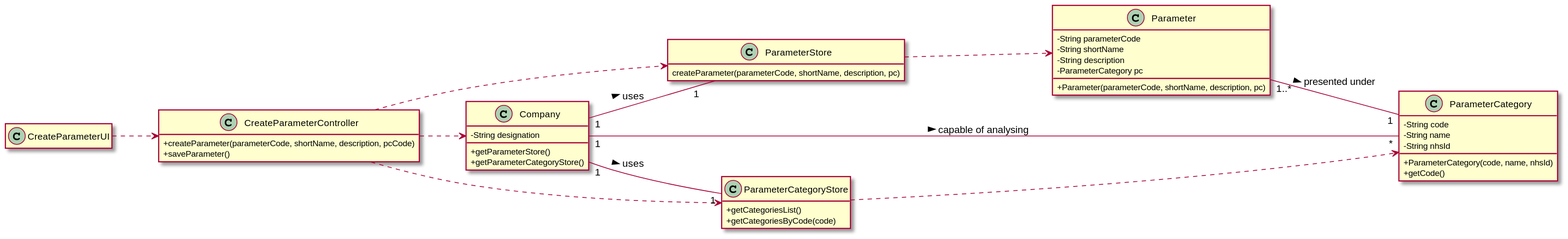
This is docs/SprintB/US_10/US010_CD.svg from ana-albergaria/LAPR2-ISEP, a PlantUML export, as it was before one commit.
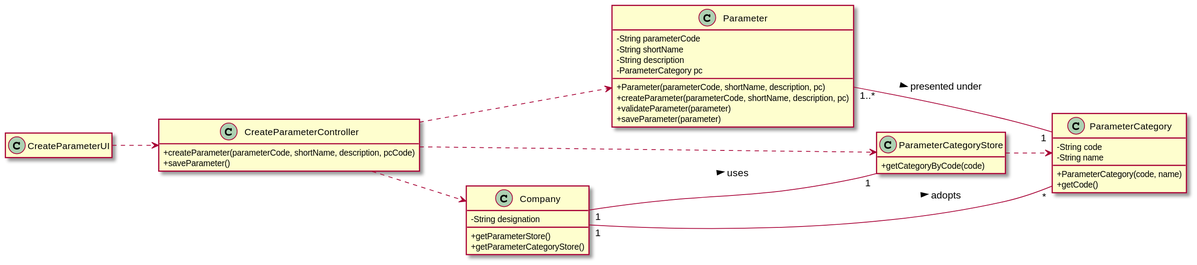
After the change.

What changed in the source:
```diff
@@ -4,14 +4,8 @@
 left to right direction
 skinparam classAttributeIconSize 0
 
-
 class ParameterCategoryStore {
-    +getCategoriesList()
-    +getCategoriesByCode(code)
-}
-
-class ParameterStore {
-    createParameter(parameterCode, shortName, description, pc)
+    +getCategoryByCode(code)
 }
 
 class Parameter {
@@ -20,13 +14,15 @@
   -String description
   -ParameterCategory pc
   +Parameter(parameterCode, shortName, description, pc)
+  +createParameter(parameterCode, shortName, description, pc)
+  +validateParameter(parameter)
+  +saveParameter(parameter)
 }
 
 class ParameterCategory {
    -String code
    -String name
-   -String nhsId
-   +ParameterCategory(code, name, nhsId)
+   +ParameterCategory(code, name)
    +getCode()
 }
 
@@ -46,14 +42,12 @@
 }
 
 CreateParameterUI ..> CreateParameterController
-CreateParameterController ..> ParameterStore
 CreateParameterController ..> Company
 CreateParameterController ..> ParameterCategoryStore
-ParameterStore ..> Parameter
+CreateParameterController ..> Parameter
 ParameterCategoryStore ..> ParameterCategory
-Company "1" -- "1" ParameterStore : uses >
 Company "1" -- "1" ParameterCategoryStore : uses >
-Company "1" -- "*" ParameterCategory : capable of analysing >
+Company "1" -- "*" ParameterCategory : adopts >
 Parameter "1..*" -- "1" ParameterCategory : presented under >
 
 
```
